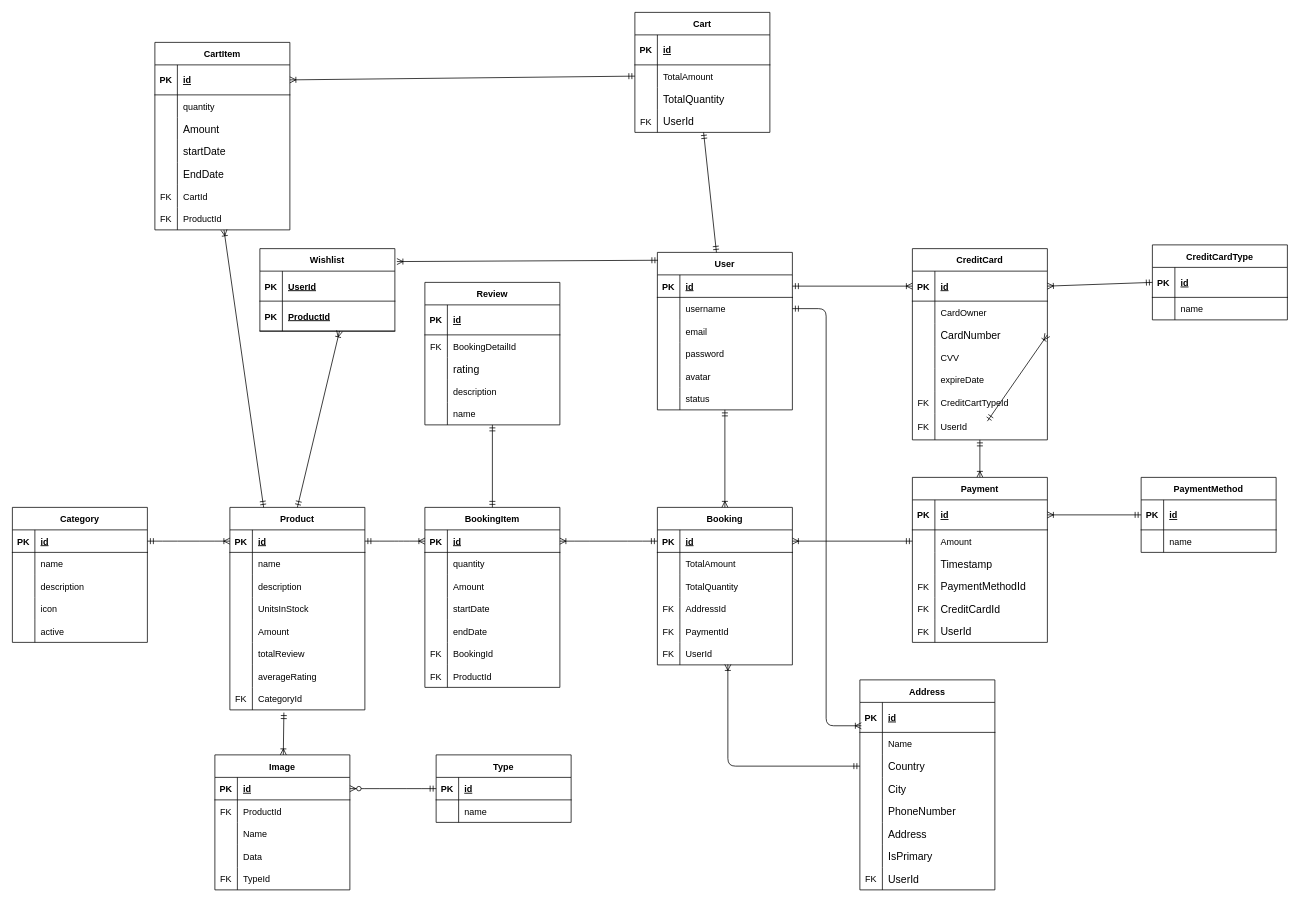
Earlier version of the draw.io diagram docs/draw.drawio (trichoip/Videography). Source tidied: cells renumbered, new cells numbered last; positions are measured from the earlier drawing's top-left corner, leaving out a move shared by most shapes. Both pictures are drawn from the tidied source at 75%, with x=0, y=0 at pixel (12, 12).
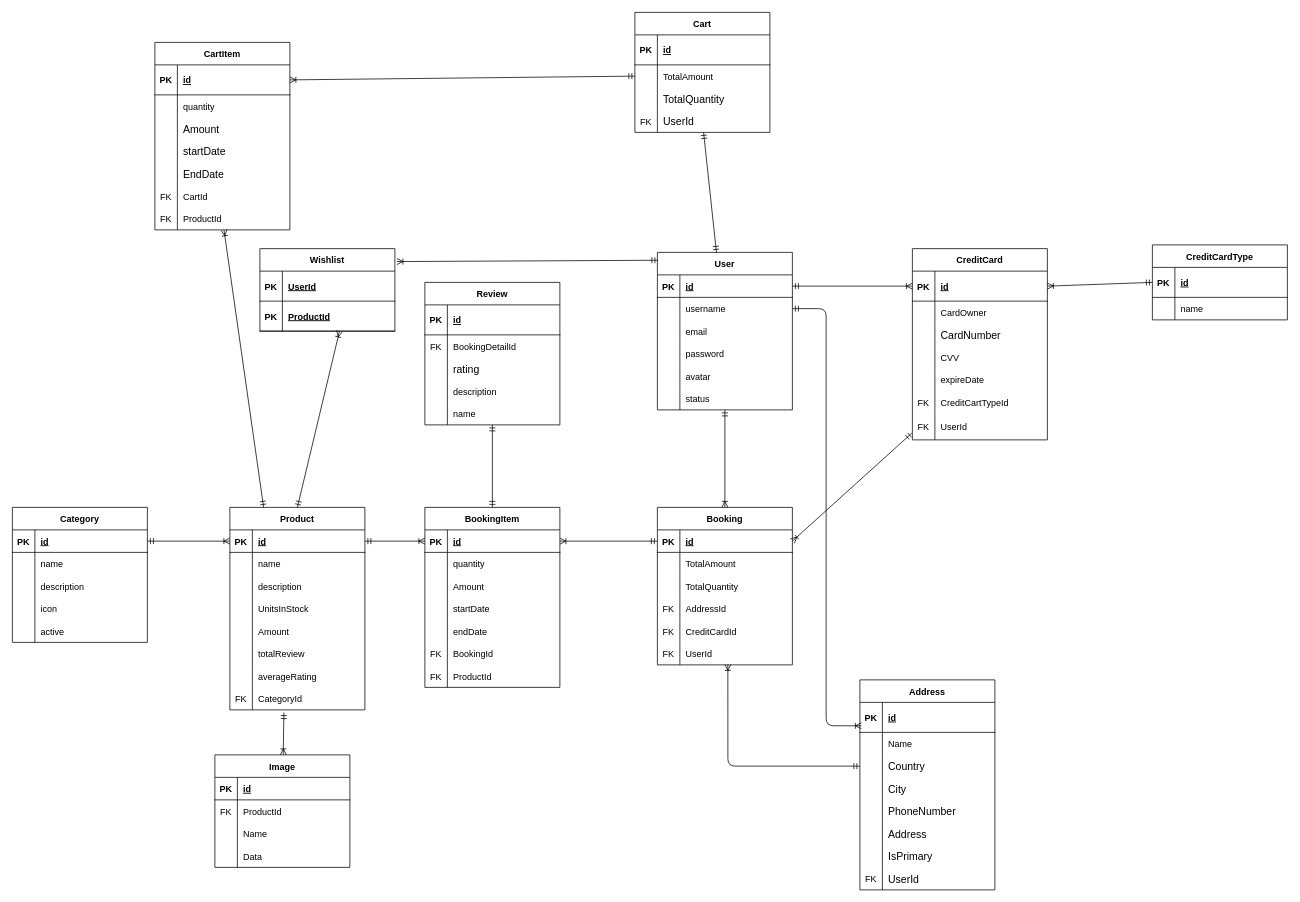
The same page after the edit.

The change refers to these unchanged cells:
```xml
<mxCell id="64" style="shape=tableRow;horizontal=0;startSize=0;swimlaneHead=0;swimlaneBody=0;fillColor=none;points=[[0,0.5],[1,0.5]];portConstraint=eastwest;top=0;left=0;right=0;bottom=1;shadow=0;" parent="63" vertex="1">
  <mxGeometry y="30" width="180" height="30" as="geometry" />
</mxCell>
<mxCell id="76" style="shape=tableRow;horizontal=0;startSize=0;swimlaneHead=0;swimlaneBody=0;fillColor=none;top=0;left=0;right=0;bottom=0;shadow=0;" parent="63" vertex="1">
  <mxGeometry y="150" width="180" height="30" as="geometry" />
</mxCell>
<mxCell id="108" style="shape=tableRow;horizontal=0;startSize=0;swimlaneHead=0;swimlaneBody=0;fillColor=none;points=[[0,0.5],[1,0.5]];portConstraint=eastwest;top=0;left=0;right=0;bottom=1;shadow=0;" parent="107" vertex="1">
  <mxGeometry y="30" width="180" height="30" as="geometry" />
</mxCell>
<mxCell id="165" style="shape=tableRow;horizontal=0;startSize=0;swimlaneHead=0;swimlaneBody=0;fillColor=none;points=[[0,0.5],[1,0.5]];portConstraint=eastwest;top=0;left=0;right=0;bottom=0;shadow=0;" parent="158" vertex="1">
  <mxGeometry y="100" width="180" height="30" as="geometry" />
</mxCell>
<mxCell id="177" style="shape=tableRow;horizontal=0;startSize=0;swimlaneHead=0;swimlaneBody=0;fillColor=none;points=[[0,0.5],[1,0.5]];portConstraint=eastwest;top=0;left=0;right=0;bottom=0;shadow=0;" parent="158" vertex="1">
  <mxGeometry y="220" width="180" height="35" as="geometry" />
</mxCell>
```

Diff of the diagram source:
```diff
@@
-    <mxCell id="78" value="PaymentId" style="shape=partialRectangle;fillColor=none;top=0;left=0;bottom=0;right=0;align=left;spacingLeft=6;overflow=hidden;shadow=0;" parent="76" vertex="1">
+    <mxCell id="78" value="CreditCardId" style="shape=partialRectangle;fillColor=none;top=0;left=0;bottom=0;right=0;align=left;spacingLeft=6;overflow=hidden;shadow=0;" parent="76" vertex="1">
       <mxGeometry x="30" width="150" height="30" as="geometry" />
     </mxCell>
@@
     <mxCell id="107" value="Image" style="shape=table;startSize=30;childLayout=tableLayout;rowLines=0;fontStyle=1;align=center;shadow=0;" parent="1" vertex="1">
-      <mxGeometry x="270" y="990" width="180" height="180" as="geometry" />
+      <mxGeometry x="270" y="990" width="180" height="150" as="geometry" />
     </mxCell>
@@
-    <mxCell id="120" style="shape=tableRow;horizontal=0;startSize=0;swimlaneHead=0;swimlaneBody=0;fillColor=none;top=0;left=0;right=0;bottom=0;shadow=0;" parent="107" vertex="1">
-      <mxGeometry y="150" width="180" height="30" as="geometry" />
-    </mxCell>
-    <mxCell id="121" value="FK" style="shape=partialRectangle;fillColor=none;top=0;left=0;bottom=0;right=0;overflow=hidden;shadow=0;" parent="120" vertex="1">
-      <mxGeometry width="30" height="30" as="geometry" />
-    </mxCell>
-    <mxCell id="122" value="TypeId" style="shape=partialRectangle;fillColor=none;top=0;left=0;bottom=0;right=0;align=left;spacingLeft=6;overflow=hidden;shadow=0;" parent="120" vertex="1">
-      <mxGeometry x="30" width="150" height="30" as="geometry" />
-    </mxCell>
@@
-    <mxCell id="124" value="Type" style="shape=table;startSize=30;childLayout=tableLayout;rowLines=0;fontStyle=1;align=center;shadow=0;" parent="1" vertex="1">
-      <mxGeometry x="565" y="990" width="180" height="90" as="geometry" />
-    </mxCell>
-    <mxCell id="125" style="shape=tableRow;horizontal=0;startSize=0;swimlaneHead=0;swimlaneBody=0;fillColor=none;points=[[0,0.5],[1,0.5]];portConstraint=eastwest;top=0;left=0;right=0;bottom=1;shadow=0;" parent="124" vertex="1">
-      <mxGeometry y="30" width="180" height="30" as="geometry" />
-    </mxCell>
-    <mxCell id="126" value="PK" style="shape=partialRectangle;fillColor=none;top=0;left=0;bottom=0;right=0;fontStyle=1;overflow=hidden;shadow=0;" parent="125" vertex="1">
-      <mxGeometry width="30" height="30" as="geometry" />
-    </mxCell>
-    <mxCell id="127" value="id" style="shape=partialRectangle;fillColor=none;top=0;left=0;bottom=0;right=0;align=left;spacingLeft=6;fontStyle=5;overflow=hidden;shadow=0;" parent="125" vertex="1">
-      <mxGeometry x="30" width="150" height="30" as="geometry" />
-    </mxCell>
-    <mxCell id="128" style="shape=tableRow;horizontal=0;startSize=0;swimlaneHead=0;swimlaneBody=0;fillColor=none;top=0;left=0;right=0;bottom=0;shadow=0;" parent="124" vertex="1">
-      <mxGeometry y="60" width="180" height="30" as="geometry" />
-    </mxCell>
-    <mxCell id="129" style="shape=partialRectangle;fillColor=none;top=0;left=0;bottom=0;right=0;overflow=hidden;shadow=0;" parent="128" vertex="1">
-      <mxGeometry width="30" height="30" as="geometry" />
-    </mxCell>
-    <mxCell id="130" value="name" style="shape=partialRectangle;fillColor=none;top=0;left=0;bottom=0;right=0;align=left;spacingLeft=6;overflow=hidden;shadow=0;" parent="128" vertex="1">
-      <mxGeometry x="30" width="150" height="30" as="geometry" />
-    </mxCell>
-    <mxCell id="131" style="edgeStyle=entityRelationEdgeStyle;fontSize=12;html=1;endArrow=ERzeroToMany;startArrow=ERmandOne;strokeColor=default;rounded=1;exitX=0;exitY=0.5;exitDx=0;exitDy=0;entryX=1;entryY=0.5;entryDx=0;entryDy=0;" parent="1" edge="1" source="125" target="108">
-      <mxGeometry relative="1" as="geometry" />
-    </mxCell>
@@
-    <mxCell id="181" style="fontSize=12;html=1;endArrow=ERoneToMany;startArrow=ERmandOne;entryX=0.5;entryY=0;entryDx=0;entryDy=0;" parent="1" edge="1" source="177" target="247">
-      <mxGeometry relative="1" as="geometry" />
-    </mxCell>
@@
-    <mxCell id="247" value="Payment" style="shape=table;startSize=30;childLayout=tableLayout;rowLines=0;fontStyle=1;align=center;shadow=0;" parent="1" vertex="1">
-      <mxGeometry x="1200" y="620" width="180" height="220" as="geometry" />
-    </mxCell>
-    <mxCell id="248" style="shape=tableRow;horizontal=0;startSize=0;swimlaneHead=0;swimlaneBody=0;fillColor=none;points=[[0,0.5],[1,0.5]];portConstraint=eastwest;top=0;left=0;right=0;bottom=1;shadow=0;" parent="247" vertex="1">
-      <mxGeometry y="30" width="180" height="40" as="geometry" />
-    </mxCell>
-    <mxCell id="249" value="PK" style="shape=partialRectangle;fillColor=none;top=0;left=0;bottom=0;right=0;fontStyle=1;overflow=hidden;shadow=0;" parent="248" vertex="1">
-      <mxGeometry width="30" height="40" as="geometry" />
-    </mxCell>
-    <mxCell id="250" value="id" style="shape=partialRectangle;fillColor=none;top=0;left=0;bottom=0;right=0;align=left;spacingLeft=6;fontStyle=5;overflow=hidden;shadow=0;" parent="248" vertex="1">
-      <mxGeometry x="30" width="150" height="40" as="geometry" />
-    </mxCell>
-    <mxCell id="251" style="shape=tableRow;horizontal=0;startSize=0;swimlaneHead=0;swimlaneBody=0;fillColor=none;points=[[0,0.5],[1,0.5]];portConstraint=eastwest;top=0;left=0;right=0;bottom=0;shadow=0;" parent="247" vertex="1">
-      <mxGeometry y="70" width="180" height="30" as="geometry" />
-    </mxCell>
-    <mxCell id="252" style="shape=partialRectangle;fillColor=none;top=0;left=0;bottom=0;right=0;overflow=hidden;shadow=0;" parent="251" vertex="1">
-      <mxGeometry width="30" height="30" as="geometry" />
-    </mxCell>
-    <mxCell id="253" value="Amount" style="shape=partialRectangle;fillColor=none;top=0;left=0;bottom=0;right=0;align=left;spacingLeft=6;overflow=hidden;shadow=0;" parent="251" vertex="1">
-      <mxGeometry x="30" width="150" height="30" as="geometry" />
-    </mxCell>
-    <mxCell id="254" style="shape=tableRow;horizontal=0;startSize=0;swimlaneHead=0;swimlaneBody=0;fillColor=none;top=0;left=0;right=0;bottom=0;shadow=0;" parent="247" vertex="1">
-      <mxGeometry y="100" width="180" height="30" as="geometry" />
-    </mxCell>
-    <mxCell id="255" style="shape=partialRectangle;fillColor=none;top=0;left=0;bottom=0;right=0;overflow=hidden;shadow=0;" parent="254" vertex="1">
-      <mxGeometry width="30" height="30" as="geometry" />
-    </mxCell>
-    <mxCell id="256" value="Timestamp" style="shape=partialRectangle;fillColor=none;top=0;left=0;bottom=0;right=0;align=left;spacingLeft=6;overflow=hidden;shadow=0;fontSize=14;" parent="254" vertex="1">
-      <mxGeometry x="30" width="150" height="30" as="geometry" />
-    </mxCell>
-    <mxCell id="257" style="shape=tableRow;horizontal=0;startSize=0;swimlaneHead=0;swimlaneBody=0;fillColor=none;top=0;left=0;right=0;bottom=0;shadow=0;" parent="247" vertex="1">
-      <mxGeometry y="130" width="180" height="30" as="geometry" />
-    </mxCell>
-    <mxCell id="258" value="FK" style="shape=partialRectangle;fillColor=none;top=0;left=0;bottom=0;right=0;overflow=hidden;shadow=0;" parent="257" vertex="1">
-      <mxGeometry width="30" height="30" as="geometry" />
-    </mxCell>
-    <mxCell id="259" value="PaymentMethodId" style="shape=partialRectangle;fillColor=none;top=0;left=0;bottom=0;right=0;align=left;spacingLeft=6;overflow=hidden;shadow=0;fontSize=14;" parent="257" vertex="1">
-      <mxGeometry x="30" width="150" height="30" as="geometry" />
-    </mxCell>
-    <mxCell id="260" style="shape=tableRow;horizontal=0;startSize=0;swimlaneHead=0;swimlaneBody=0;fillColor=none;top=0;left=0;right=0;bottom=0;shadow=0;" parent="247" vertex="1">
-      <mxGeometry y="160" width="180" height="30" as="geometry" />
-    </mxCell>
-    <mxCell id="261" value="FK" style="shape=partialRectangle;fillColor=none;top=0;left=0;bottom=0;right=0;overflow=hidden;shadow=0;" parent="260" vertex="1">
-      <mxGeometry width="30" height="30" as="geometry" />
-    </mxCell>
-    <mxCell id="262" value="CreditCardId" style="shape=partialRectangle;fillColor=none;top=0;left=0;bottom=0;right=0;align=left;spacingLeft=6;overflow=hidden;shadow=0;fontSize=14;" parent="260" vertex="1">
-      <mxGeometry x="30" width="150" height="30" as="geometry" />
-    </mxCell>
-    <mxCell id="263" style="shape=tableRow;horizontal=0;startSize=0;swimlaneHead=0;swimlaneBody=0;fillColor=none;top=0;left=0;right=0;bottom=0;shadow=0;" parent="247" vertex="1">
-      <mxGeometry y="190" width="180" height="30" as="geometry" />
-    </mxCell>
-    <mxCell id="264" value="FK" style="shape=partialRectangle;fillColor=none;top=0;left=0;bottom=0;right=0;overflow=hidden;shadow=0;" parent="263" vertex="1">
-      <mxGeometry width="30" height="30" as="geometry" />
-    </mxCell>
-    <mxCell id="265" value="UserId" style="shape=partialRectangle;fillColor=none;top=0;left=0;bottom=0;right=0;align=left;spacingLeft=6;overflow=hidden;shadow=0;fontSize=14;" parent="263" vertex="1">
-      <mxGeometry x="30" width="150" height="30" as="geometry" />
-    </mxCell>
-    <mxCell id="266" style="fontSize=12;html=1;endArrow=ERoneToMany;startArrow=ERmandOne;exitX=0;exitY=0.5;exitDx=0;exitDy=0;entryX=1;entryY=0.5;entryDx=0;entryDy=0;" parent="1" edge="1" source="251" target="64">
+    <mxCell id="266" style="fontSize=12;html=1;endArrow=ERoneToMany;startArrow=ERmandOne;entryX=1;entryY=0.5;entryDx=0;entryDy=0;exitX=-0.004;exitY=0.743;exitDx=0;exitDy=0;exitPerimeter=0;" parent="1" edge="1" source="177" target="64">
       <mxGeometry relative="1" as="geometry" />
     </mxCell>
-    <mxCell id="267" value="PaymentMethod" style="shape=table;startSize=30;childLayout=tableLayout;rowLines=0;fontStyle=1;align=center;shadow=0;" parent="1" vertex="1">
-      <mxGeometry x="1505" y="620" width="180" height="100" as="geometry" />
-    </mxCell>
-    <mxCell id="268" style="shape=tableRow;horizontal=0;startSize=0;swimlaneHead=0;swimlaneBody=0;fillColor=none;points=[[0,0.5],[1,0.5]];portConstraint=eastwest;top=0;left=0;right=0;bottom=1;shadow=0;" parent="267" vertex="1">
-      <mxGeometry y="30" width="180" height="40" as="geometry" />
-    </mxCell>
-    <mxCell id="269" value="PK" style="shape=partialRectangle;fillColor=none;top=0;left=0;bottom=0;right=0;fontStyle=1;overflow=hidden;shadow=0;" parent="268" vertex="1">
-      <mxGeometry width="30" height="40" as="geometry" />
-    </mxCell>
-    <mxCell id="270" value="id" style="shape=partialRectangle;fillColor=none;top=0;left=0;bottom=0;right=0;align=left;spacingLeft=6;fontStyle=5;overflow=hidden;shadow=0;" parent="268" vertex="1">
-      <mxGeometry x="30" width="150" height="40" as="geometry" />
-    </mxCell>
-    <mxCell id="271" style="shape=tableRow;horizontal=0;startSize=0;swimlaneHead=0;swimlaneBody=0;fillColor=none;top=0;left=0;right=0;bottom=0;shadow=0;" parent="267" vertex="1">
-      <mxGeometry y="70" width="180" height="30" as="geometry" />
-    </mxCell>
-    <mxCell id="272" style="shape=partialRectangle;fillColor=none;top=0;left=0;bottom=0;right=0;overflow=hidden;shadow=0;" parent="271" vertex="1">
-      <mxGeometry width="30" height="30" as="geometry" />
-    </mxCell>
-    <mxCell id="273" value="name" style="shape=partialRectangle;fillColor=none;top=0;left=0;bottom=0;right=0;align=left;spacingLeft=6;overflow=hidden;shadow=0;" parent="271" vertex="1">
-      <mxGeometry x="30" width="150" height="30" as="geometry" />
-    </mxCell>
@@
-    <mxCell id="281" style="fontSize=12;html=1;endArrow=ERoneToMany;startArrow=ERmandOne;entryX=1;entryY=0.5;entryDx=0;entryDy=0;exitX=0;exitY=0.5;exitDx=0;exitDy=0;" parent="1" edge="1" target="165">
-      <mxGeometry relative="1" as="geometry">
-        <mxPoint x="1300" y="545" as="sourcePoint" />
-      </mxGeometry>
-    </mxCell>
@@
-    <mxCell id="283" style="fontSize=12;html=1;endArrow=ERoneToMany;startArrow=ERmandOne;entryX=1;entryY=0.5;entryDx=0;entryDy=0;exitX=0;exitY=0.5;exitDx=0;exitDy=0;" parent="1" edge="1" source="268" target="248">
-      <mxGeometry relative="1" as="geometry" />
-    </mxCell>
```
